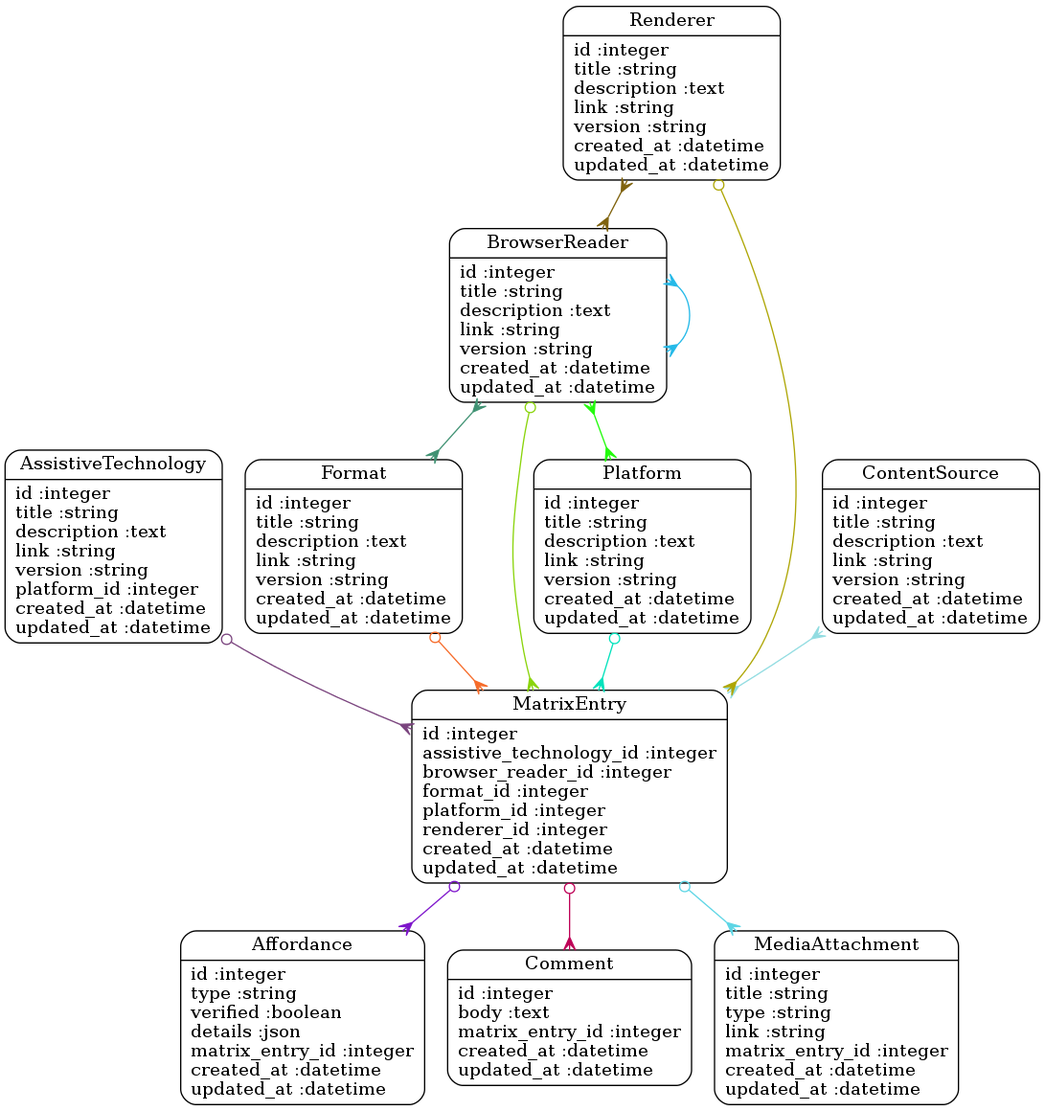
This is models.png from benetech/math-support-finder, a Graphviz export, as it was before one commit. Its source is kept beside it as models.dot.
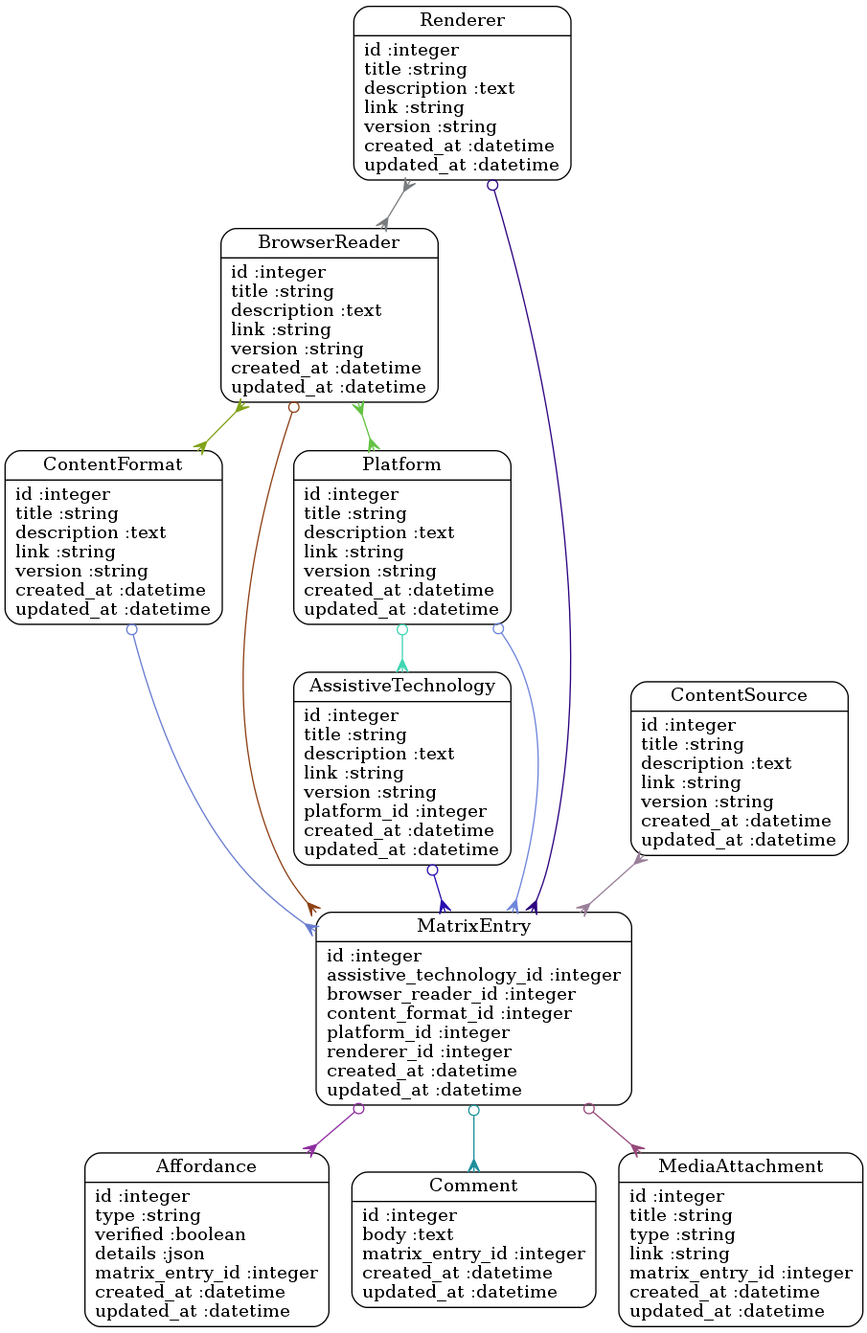
After the commit.

Commit message:
added initial seed data and massive changes for ContentFormat issue

Change to the diagram source:
```diff
@@ -4,23 +4,23 @@
 	"AssistiveTechnology" [shape=Mrecord, label="{AssistiveTechnology|id :integer\ltitle :string\ldescription :text\llink :string\lversion :string\lplatform_id :integer\lcreated_at :datetime\lupdated_at :datetime\l}"]
 	"BrowserReader" [shape=Mrecord, label="{BrowserReader|id :integer\ltitle :string\ldescription :text\llink :string\lversion :string\lcreated_at :datetime\lupdated_at :datetime\l}"]
 	"Comment" [shape=Mrecord, label="{Comment|id :integer\lbody :text\lmatrix_entry_id :integer\lcreated_at :datetime\lupdated_at :datetime\l}"]
+	"ContentFormat" [shape=Mrecord, label="{ContentFormat|id :integer\ltitle :string\ldescription :text\llink :string\lversion :string\lcreated_at :datetime\lupdated_at :datetime\l}"]
 	"ContentSource" [shape=Mrecord, label="{ContentSource|id :integer\ltitle :string\ldescription :text\llink :string\lversion :string\lcreated_at :datetime\lupdated_at :datetime\l}"]
-	"Format" [shape=Mrecord, label="{Format|id :integer\ltitle :string\ldescription :text\llink :string\lversion :string\lcreated_at :datetime\lupdated_at :datetime\l}"]
-	"MatrixEntry" [shape=Mrecord, label="{MatrixEntry|id :integer\lassistive_technology_id :integer\lbrowser_reader_id :integer\lformat_id :integer\lplatform_id :integer\lrenderer_id :integer\lcreated_at :datetime\lupdated_at :datetime\l}"]
+	"MatrixEntry" [shape=Mrecord, label="{MatrixEntry|id :integer\lassistive_technology_id :integer\lbrowser_reader_id :integer\lcontent_format_id :integer\lplatform_id :integer\lrenderer_id :integer\lcreated_at :datetime\lupdated_at :datetime\l}"]
 	"MediaAttachment" [shape=Mrecord, label="{MediaAttachment|id :integer\ltitle :string\ltype :string\llink :string\lmatrix_entry_id :integer\lcreated_at :datetime\lupdated_at :datetime\l}"]
 	"Platform" [shape=Mrecord, label="{Platform|id :integer\ltitle :string\ldescription :text\llink :string\lversion :string\lcreated_at :datetime\lupdated_at :datetime\l}"]
 	"Renderer" [shape=Mrecord, label="{Renderer|id :integer\ltitle :string\ldescription :text\llink :string\lversion :string\lcreated_at :datetime\lupdated_at :datetime\l}"]
-	"AssistiveTechnology" -> "MatrixEntry" [arrowtail=odot, arrowhead=crow, dir=both color="#7A447E"]
-	"BrowserReader" -> "MatrixEntry" [arrowtail=odot, arrowhead=crow, dir=both color="#8AD40C"]
-	"BrowserReader" -> "Format" [arrowtail=crow, arrowhead=crow, dir=both color="#409273"]
-	"BrowserReader" -> "Platform" [arrowtail=crow, arrowhead=crow, dir=both color="#22FB0C"]
-	"BrowserReader" -> "BrowserReader" [arrowtail=crow, arrowhead=crow, dir=both color="#24B9E8"]
-	"ContentSource" -> "MatrixEntry" [arrowtail=crow, arrowhead=crow, dir=both color="#92DCE1"]
-	"Format" -> "MatrixEntry" [arrowtail=odot, arrowhead=crow, dir=both color="#F66B29"]
-	"MatrixEntry" -> "Affordance" [arrowtail=odot, arrowhead=crow, dir=both color="#7E15CB"]
-	"MatrixEntry" -> "Comment" [arrowtail=odot, arrowhead=crow, dir=both color="#BE0257"]
-	"MatrixEntry" -> "MediaAttachment" [arrowtail=odot, arrowhead=crow, dir=both color="#5DD5E5"]
-	"Platform" -> "MatrixEntry" [arrowtail=odot, arrowhead=crow, dir=both color="#03E2BC"]
-	"Renderer" -> "MatrixEntry" [arrowtail=odot, arrowhead=crow, dir=both color="#AEA605"]
-	"Renderer" -> "BrowserReader" [arrowtail=crow, arrowhead=crow, dir=both color="#7F620D"]
+	"AssistiveTechnology" -> "MatrixEntry" [arrowtail=odot, arrowhead=crow, dir=both color="#280CAE"]
+	"BrowserReader" -> "MatrixEntry" [arrowtail=odot, arrowhead=crow, dir=both color="#8E4015"]
+	"BrowserReader" -> "ContentFormat" [arrowtail=crow, arrowhead=crow, dir=both color="#80A217"]
+	"BrowserReader" -> "Platform" [arrowtail=crow, arrowhead=crow, dir=both color="#62C242"]
+	"ContentFormat" -> "MatrixEntry" [arrowtail=odot, arrowhead=crow, dir=both color="#687CD1"]
+	"ContentSource" -> "MatrixEntry" [arrowtail=crow, arrowhead=crow, dir=both color="#9A7F99"]
+	"MatrixEntry" -> "Affordance" [arrowtail=odot, arrowhead=crow, dir=both color="#8F2DA0"]
+	"MatrixEntry" -> "Comment" [arrowtail=odot, arrowhead=crow, dir=both color="#1C8F9B"]
+	"MatrixEntry" -> "MediaAttachment" [arrowtail=odot, arrowhead=crow, dir=both color="#97497A"]
+	"Platform" -> "AssistiveTechnology" [arrowtail=odot, arrowhead=crow, dir=both color="#41D5B2"]
+	"Platform" -> "MatrixEntry" [arrowtail=odot, arrowhead=crow, dir=both color="#6E85DB"]
+	"Renderer" -> "MatrixEntry" [arrowtail=odot, arrowhead=crow, dir=both color="#2C0280"]
+	"Renderer" -> "BrowserReader" [arrowtail=crow, arrowhead=crow, dir=both color="#7A7D80"]
 }
```
